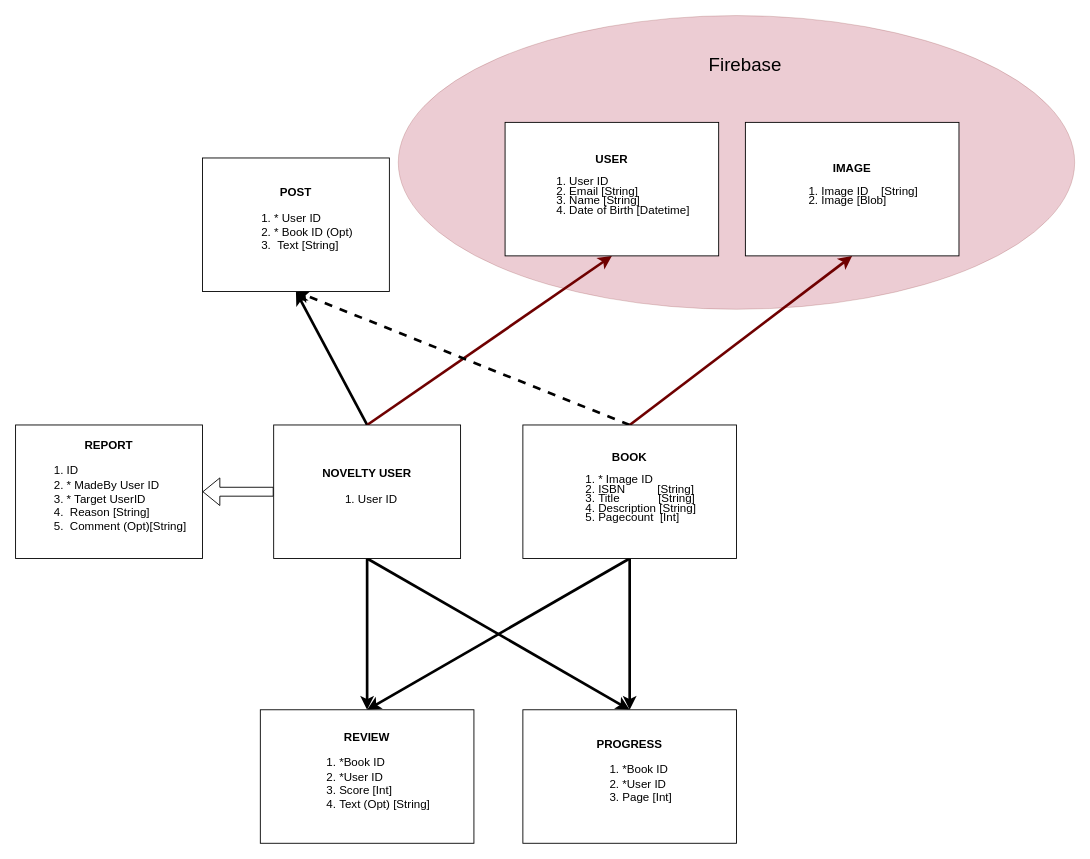
Before: backend/DB.drawio in stavkran/BookApp, a draw.io diagram. Source tidied: cells renumbered, new cells numbered last; positions are measured from the earlier drawing's top-left corner, leaving out a move shared by most shapes. Both pictures are drawn from the tidied source at 89%, with x=0, y=0 at pixel (15, 15).
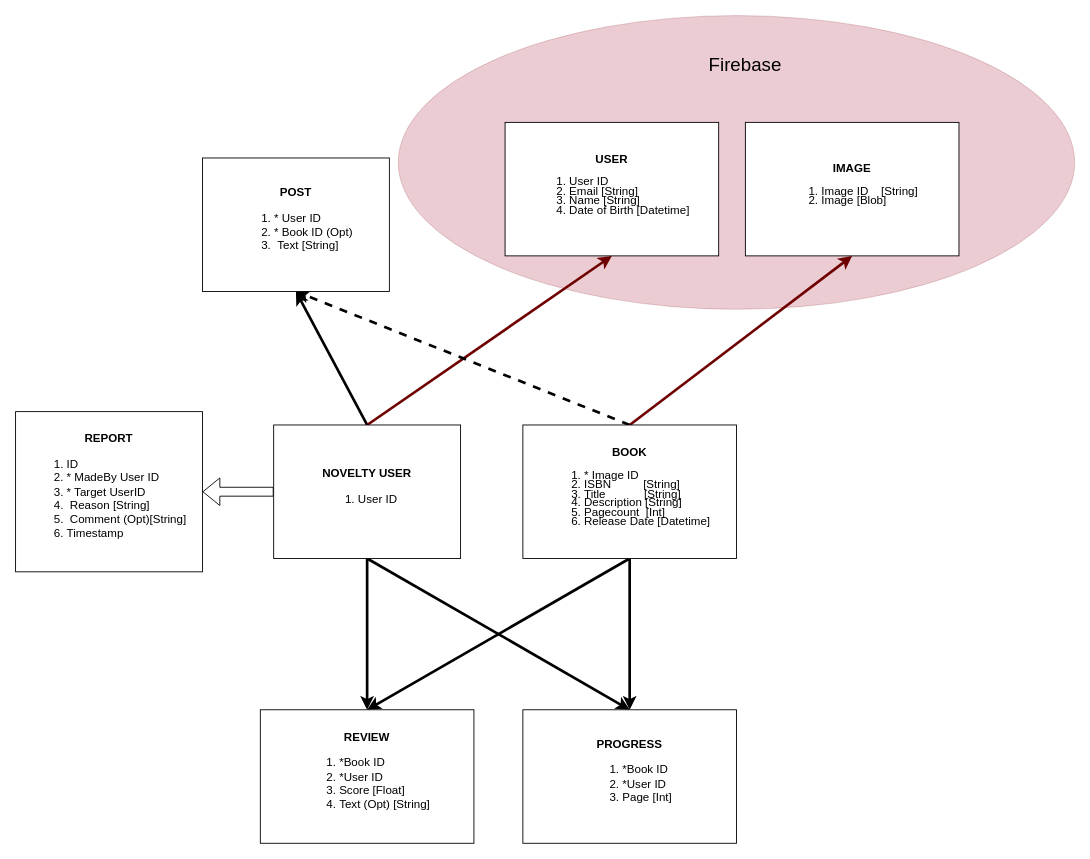
Above is the later version.

Diff of the diagram source:
```diff
@@
-    <mxCell id="13" value="&lt;font style=&quot;font-size: 13px;&quot;&gt;&lt;b style=&quot;&quot;&gt;BOOK&lt;/b&gt;&lt;br&gt;&lt;/font&gt;&lt;ol style=&quot;line-height: 80%; font-size: 13px;&quot;&gt;&lt;li style=&quot;text-align: left;&quot;&gt;&lt;font style=&quot;font-size: 13px;&quot;&gt;* Image ID&lt;/font&gt;&lt;/li&gt;&lt;li style=&quot;text-align: left;&quot;&gt;&lt;font style=&quot;font-size: 13px;&quot;&gt;ISBN&amp;nbsp; &amp;nbsp; &amp;nbsp; &amp;nbsp; &amp;nbsp; [String]&lt;/font&gt;&lt;/li&gt;&lt;li style=&quot;text-align: left;&quot;&gt;&lt;font style=&quot;font-size: 13px;&quot;&gt;Title&amp;nbsp; &amp;nbsp; &amp;nbsp; &amp;nbsp; &amp;nbsp; &amp;nbsp; [String]&lt;/font&gt;&lt;/li&gt;&lt;li style=&quot;text-align: left;&quot;&gt;&lt;font style=&quot;font-size: 13px;&quot;&gt;Description [String]&lt;/font&gt;&lt;/li&gt;&lt;li style=&quot;text-align: left;&quot;&gt;Pagecount&amp;nbsp; [Int]&lt;/li&gt;&lt;/ol&gt;" style="rounded=0;whiteSpace=wrap;html=1;align=center;" parent="1" vertex="1">
+    <mxCell id="13" value="&lt;font style=&quot;font-size: 13px;&quot;&gt;&lt;b style=&quot;&quot;&gt;BOOK&lt;/b&gt;&lt;br&gt;&lt;/font&gt;&lt;ol style=&quot;line-height: 80%; font-size: 13px;&quot;&gt;&lt;li style=&quot;text-align: left;&quot;&gt;&lt;font style=&quot;font-size: 13px;&quot;&gt;* Image ID&lt;/font&gt;&lt;/li&gt;&lt;li style=&quot;text-align: left;&quot;&gt;&lt;font style=&quot;font-size: 13px;&quot;&gt;ISBN&amp;nbsp; &amp;nbsp; &amp;nbsp; &amp;nbsp; &amp;nbsp; [String]&lt;/font&gt;&lt;/li&gt;&lt;li style=&quot;text-align: left;&quot;&gt;&lt;font style=&quot;font-size: 13px;&quot;&gt;Title&amp;nbsp; &amp;nbsp; &amp;nbsp; &amp;nbsp; &amp;nbsp; &amp;nbsp; [String]&lt;/font&gt;&lt;/li&gt;&lt;li style=&quot;text-align: left;&quot;&gt;&lt;font style=&quot;font-size: 13px;&quot;&gt;Description [String]&lt;/font&gt;&lt;/li&gt;&lt;li style=&quot;text-align: left;&quot;&gt;Pagecount&amp;nbsp; [Int]&lt;/li&gt;&lt;li style=&quot;text-align: left;&quot;&gt;Release Date [Datetime]&lt;/li&gt;&lt;/ol&gt;" style="rounded=0;whiteSpace=wrap;html=1;align=center;" parent="1" vertex="1">
       <mxGeometry x="570" y="460" width="240" height="150" as="geometry" />
     </mxCell>
-    <mxCell id="14" value="&lt;span style=&quot;font-size: 13px;&quot;&gt;&lt;b&gt;REVIEW&lt;br&gt;&lt;/b&gt;&lt;ol&gt;&lt;li style=&quot;text-align: left;&quot;&gt;*Book ID&lt;/li&gt;&lt;li style=&quot;text-align: left;&quot;&gt;*User ID&lt;/li&gt;&lt;li style=&quot;text-align: left;&quot;&gt;Score [Int]&lt;/li&gt;&lt;li style=&quot;text-align: left;&quot;&gt;Text (Opt) [String]&lt;/li&gt;&lt;/ol&gt;&lt;/span&gt;" style="rounded=0;whiteSpace=wrap;html=1;align=center;" parent="1" vertex="1">
+    <mxCell id="14" value="&lt;span style=&quot;font-size: 13px;&quot;&gt;&lt;b&gt;REVIEW&lt;br&gt;&lt;/b&gt;&lt;ol&gt;&lt;li style=&quot;text-align: left;&quot;&gt;*Book ID&lt;/li&gt;&lt;li style=&quot;text-align: left;&quot;&gt;*User ID&lt;/li&gt;&lt;li style=&quot;text-align: left;&quot;&gt;Score [Float]&lt;/li&gt;&lt;li style=&quot;text-align: left;&quot;&gt;Text (Opt) [String]&lt;/li&gt;&lt;/ol&gt;&lt;/span&gt;" style="rounded=0;whiteSpace=wrap;html=1;align=center;" parent="1" vertex="1">
       <mxGeometry x="275" y="780" width="240" height="150" as="geometry" />
     </mxCell>
@@
-    <mxCell id="17" value="&lt;font style=&quot;font-size: 13px;&quot;&gt;&lt;b&gt;REPORT&lt;/b&gt;&lt;br&gt;&lt;/font&gt;&lt;ol style=&quot;font-size: 13px;&quot;&gt;&lt;li style=&quot;text-align: justify;&quot;&gt;&lt;font style=&quot;font-size: 13px;&quot;&gt;ID&lt;/font&gt;&lt;/li&gt;&lt;li style=&quot;text-align: justify;&quot;&gt;&lt;font style=&quot;font-size: 13px;&quot;&gt;* MadeBy User ID&lt;/font&gt;&lt;/li&gt;&lt;li style=&quot;text-align: justify;&quot;&gt;&lt;font style=&quot;font-size: 13px;&quot;&gt;* Target UserID&lt;/font&gt;&lt;/li&gt;&lt;li style=&quot;text-align: justify;&quot;&gt;&amp;nbsp;Reason [String]&lt;/li&gt;&lt;li style=&quot;text-align: justify;&quot;&gt;&amp;nbsp;Comment (Opt)[String]&lt;/li&gt;&lt;/ol&gt;" style="rounded=0;whiteSpace=wrap;html=1;align=center;" parent="1" vertex="1">
-      <mxGeometry y="460" width="210" height="150" as="geometry" />
+    <mxCell id="17" value="&lt;font style=&quot;font-size: 13px;&quot;&gt;&lt;b&gt;REPORT&lt;/b&gt;&lt;br&gt;&lt;/font&gt;&lt;ol style=&quot;font-size: 13px;&quot;&gt;&lt;li style=&quot;text-align: justify;&quot;&gt;&lt;font style=&quot;font-size: 13px;&quot;&gt;ID&lt;/font&gt;&lt;/li&gt;&lt;li style=&quot;text-align: justify;&quot;&gt;&lt;font style=&quot;font-size: 13px;&quot;&gt;* MadeBy User ID&lt;/font&gt;&lt;/li&gt;&lt;li style=&quot;text-align: justify;&quot;&gt;&lt;font style=&quot;font-size: 13px;&quot;&gt;* Target UserID&lt;/font&gt;&lt;/li&gt;&lt;li style=&quot;text-align: justify;&quot;&gt;&amp;nbsp;Reason [String]&lt;/li&gt;&lt;li style=&quot;text-align: justify;&quot;&gt;&amp;nbsp;Comment (Opt)[String]&lt;/li&gt;&lt;li style=&quot;text-align: justify;&quot;&gt;Timestamp&lt;/li&gt;&lt;/ol&gt;" style="rounded=0;whiteSpace=wrap;html=1;align=center;" parent="1" vertex="1">
+      <mxGeometry y="445" width="210" height="180" as="geometry" />
     </mxCell>
```
